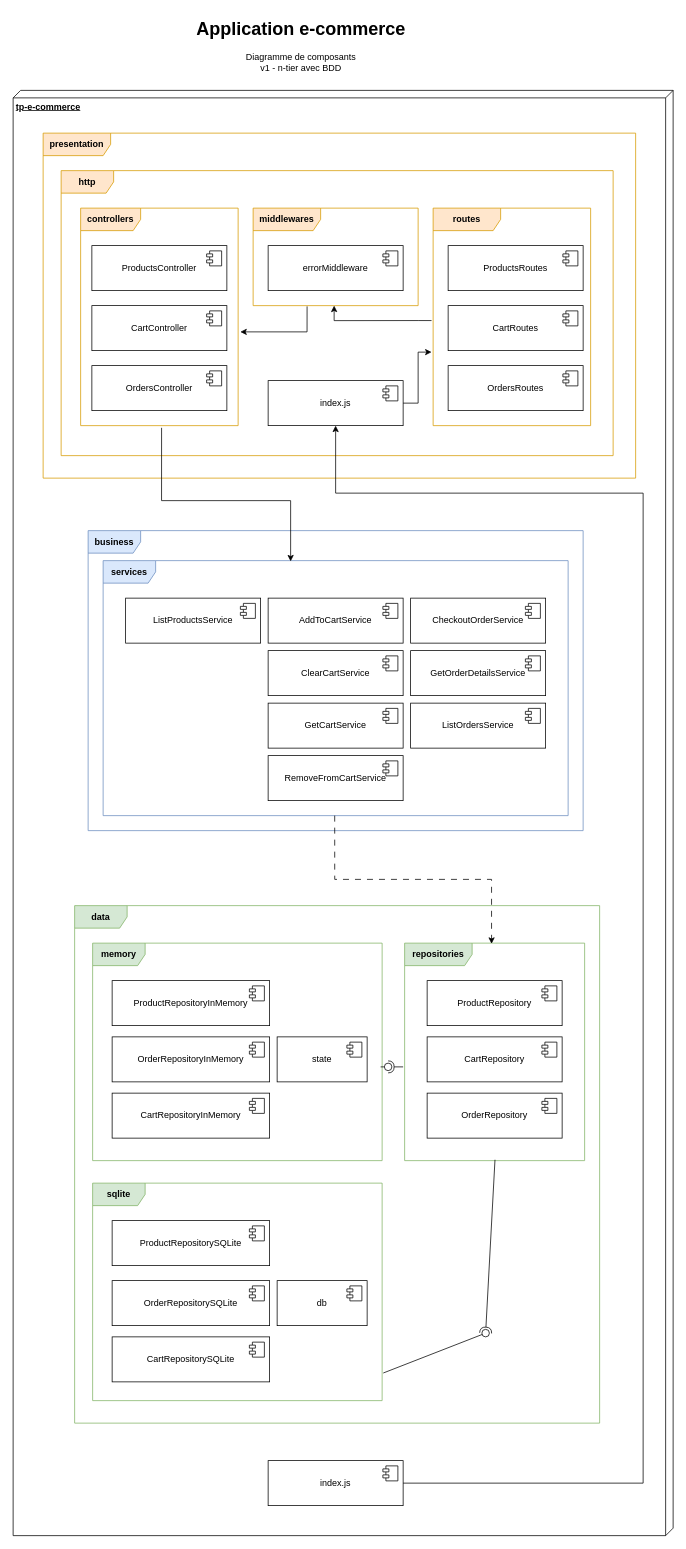
The draw.io diagram __docs__/01 - Diagramme de Composants - v1 - N-Tier avec BDD.drawio in nicolasvauche/tp-architecture-ecommerce, before the edit. Source tidied: cells renumbered, new cells numbered last; positions are measured from the earlier drawing's top-left corner, leaving out a move shared by most shapes. Both pictures are drawn from the tidied source at 75%, with x=0, y=0 at pixel (13, 13).
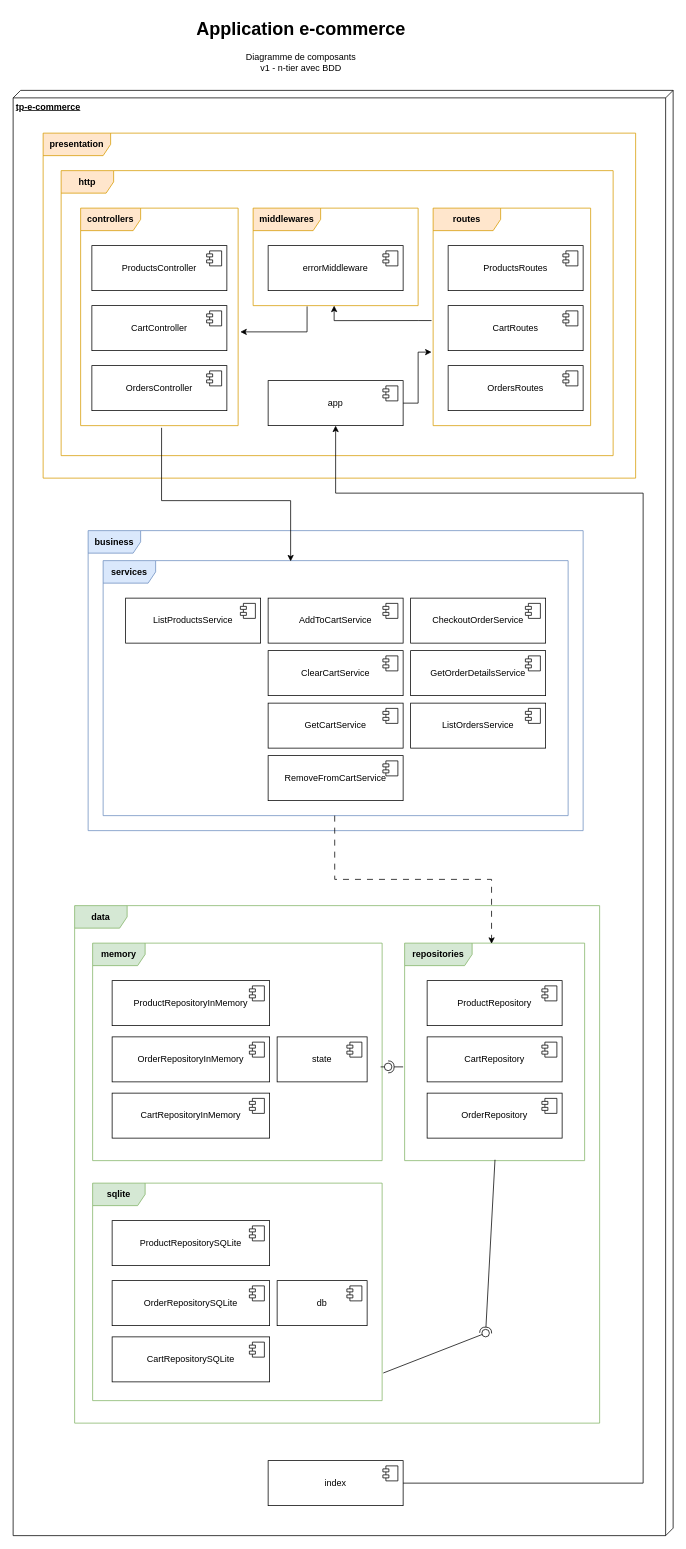
The same page after the edit.

Change to the diagram source:
```diff
@@
-    <mxCell id="58" value="index.js" style="html=1;whiteSpace=wrap;" parent="1" vertex="1">
+    <mxCell id="58" value="app" style="html=1;whiteSpace=wrap;" parent="1" vertex="1">
       <mxGeometry x="340" y="490" width="180" height="60" as="geometry" />
     </mxCell>
@@
-    <mxCell id="60" value="index.js" style="html=1;whiteSpace=wrap;" parent="1" vertex="1">
+    <mxCell id="60" value="index" style="html=1;whiteSpace=wrap;" parent="1" vertex="1">
       <mxGeometry x="340" y="1930" width="180" height="60" as="geometry" />
     </mxCell>
```
